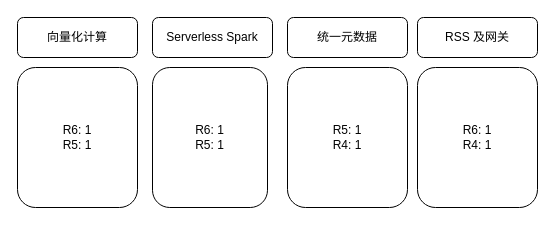
Before: 人员架构.drawio in labud/pictures, a draw.io diagram. Source tidied: cells renumbered, new cells numbered last; positions are measured from the earlier drawing's top-left corner, leaving out a move shared by most shapes. Both pictures are drawn from the tidied source at 100%, with x=0, y=0 at pixel (17, 17).
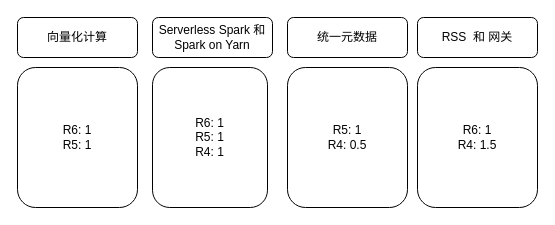
The same page after the edit.

What changed in the source:
```diff
@@
 <mxGraphModel>
   <root>
     <mxCell id="0" />
     <mxCell id="1" parent="0" />
     <mxCell id="2" value="向量化计算" style="rounded=1;whiteSpace=wrap;html=1;" parent="1" vertex="1">
       <mxGeometry width="120" height="40" as="geometry" />
     </mxCell>
-    <mxCell id="3" value="Serverless Spark" style="rounded=1;whiteSpace=wrap;html=1;" parent="1" vertex="1">
+    <mxCell id="3" value="Serverless Spark 和 Spark on Yarn" style="rounded=1;whiteSpace=wrap;html=1;" parent="1" vertex="1">
       <mxGeometry x="135" width="120" height="40" as="geometry" />
     </mxCell>
     <mxCell id="4" value="统一元数据" style="rounded=1;whiteSpace=wrap;html=1;" parent="1" vertex="1">
       <mxGeometry x="270" width="120" height="40" as="geometry" />
     </mxCell>
     <mxCell id="5" value="R6: 1&lt;div&gt;R5: 1&lt;/div&gt;" style="rounded=1;whiteSpace=wrap;html=1;" parent="1" vertex="1">
       <mxGeometry y="50" width="120" height="140" as="geometry" />
     </mxCell>
-    <mxCell id="6" value="R6: 1&lt;div&gt;R5: 1&lt;/div&gt;" style="rounded=1;whiteSpace=wrap;html=1;" parent="1" vertex="1">
+    <mxCell id="6" value="R6: 1&lt;div&gt;R5: 1&lt;/div&gt;&lt;div&gt;R4: 1&lt;/div&gt;" style="rounded=1;whiteSpace=wrap;html=1;" parent="1" vertex="1">
       <mxGeometry x="135" y="50" width="115" height="140" as="geometry" />
     </mxCell>
-    <mxCell id="7" value="R5: 1&lt;div&gt;R4: 1&lt;/div&gt;" style="rounded=1;whiteSpace=wrap;html=1;" parent="1" vertex="1">
+    <mxCell id="7" value="R5: 1&lt;div&gt;R4: 0.5&lt;/div&gt;" style="rounded=1;whiteSpace=wrap;html=1;" parent="1" vertex="1">
       <mxGeometry x="270" y="50" width="120" height="140" as="geometry" />
     </mxCell>
-    <mxCell id="8" value="R6: 1&lt;div&gt;R4: 1&lt;/div&gt;" style="rounded=1;whiteSpace=wrap;html=1;" parent="1" vertex="1">
-      <mxGeometry x="400" y="50" width="120" height="140" as="geometry" />
-    </mxCell>
-    <mxCell id="9" value="RSS 及网关" style="rounded=1;whiteSpace=wrap;html=1;" parent="1" vertex="1">
-      <mxGeometry x="400" width="120" height="40" as="geometry" />
-    </mxCell>
+    <mxCell id="10" value="RSS&amp;nbsp; 和 网关" style="rounded=1;whiteSpace=wrap;html=1;" parent="1" vertex="1">
+      <mxGeometry x="400" width="120" height="40" as="geometry" />
+    </mxCell>
+    <mxCell id="11" value="R6: 1&lt;div&gt;R4: 1.5&lt;/div&gt;" style="rounded=1;whiteSpace=wrap;html=1;" parent="1" vertex="1">
+      <mxGeometry x="400" y="50" width="120" height="140" as="geometry" />
+    </mxCell>
   </root>
 </mxGraphModel>
```
